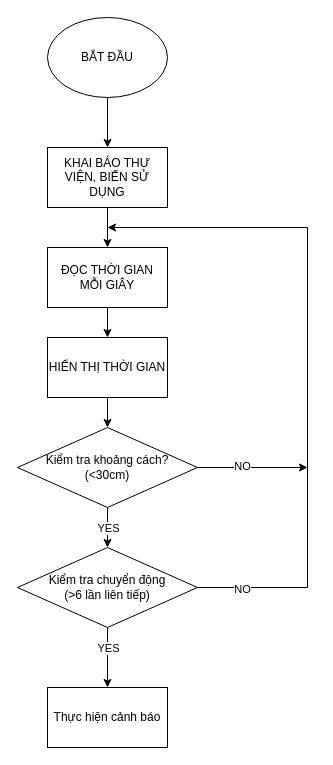
Before: sơ đồ toàn hệ thống.drawio in ngxziet/doan1, a draw.io diagram. Source tidied: cells renumbered, new cells numbered last; positions are measured from the earlier drawing's top-left corner, leaving out a move shared by most shapes. Both pictures are drawn from the tidied source at 100%, with x=0, y=0 at pixel (17, 17).
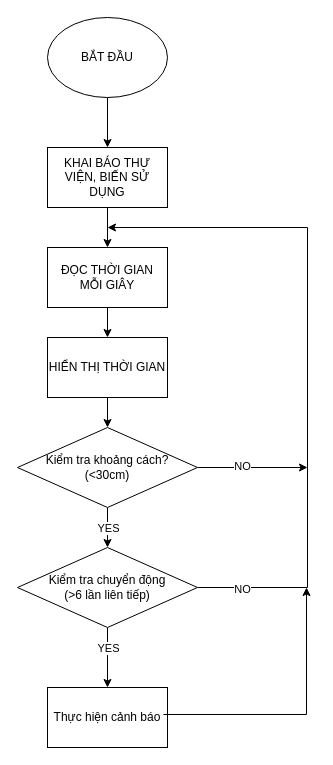
After the change.

Commit message:
Cập nhật sơ đồ toàn hệ thống.drawio

Change to the diagram source:
```diff
@@
+    <mxCell id="21" style="endArrow=classic;html=1;rounded=0;exitX=1;exitY=0.5;exitDx=0;exitDy=0;" parent="1" edge="1">
+      <mxGeometry relative="1" as="geometry">
+        <mxPoint x="146" y="697" as="sourcePoint" />
+        <mxPoint x="289" y="570" as="targetPoint" />
+        <Array as="points">
+          <mxPoint x="289" y="697" />
+        </Array>
+      </mxGeometry>
+    </mxCell>
```
